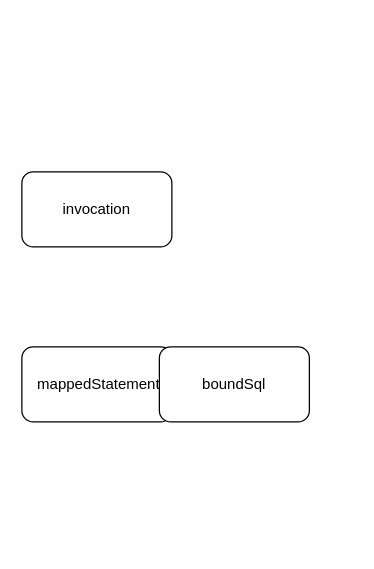
Asamiyaa/microservice-k8s-yun keeps this draw.io diagram as menus/mybatis.drawio. Above is the earlier version. Source tidied: cells renumbered, new cells numbered last; positions are measured from the earlier drawing's top-left corner, leaving out a move shared by most shapes. Both pictures are drawn from the tidied source at 125%, with x=0, y=0 at pixel (21, 171).
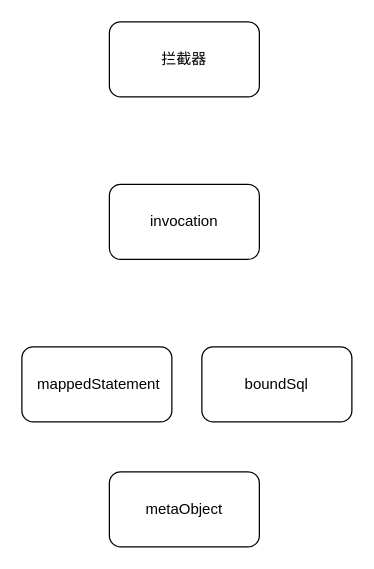
The same page after the edit.

Diff of the diagram source:
```diff
@@
 <mxGraphModel>
   <root>
     <mxCell id="0" />
     <mxCell id="1" parent="0" />
     <mxCell id="2" value="invocation" style="rounded=1;whiteSpace=wrap;html=1;" parent="1" vertex="1">
-      <mxGeometry width="120" height="60" as="geometry" />
+      <mxGeometry x="70" y="10" width="120" height="60" as="geometry" />
     </mxCell>
     <mxCell id="3" value="&amp;nbsp;mappedStatement" style="rounded=1;whiteSpace=wrap;html=1;" parent="1" vertex="1">
       <mxGeometry y="140" width="120" height="60" as="geometry" />
     </mxCell>
     <mxCell id="4" value="boundSql" style="rounded=1;whiteSpace=wrap;html=1;" parent="1" vertex="1">
-      <mxGeometry x="110" y="140" width="120" height="60" as="geometry" />
+      <mxGeometry x="144" y="140" width="120" height="60" as="geometry" />
     </mxCell>
+    <mxCell id="5" value="metaObject" style="rounded=1;whiteSpace=wrap;html=1;" parent="1" vertex="1">
+      <mxGeometry x="70" y="240" width="120" height="60" as="geometry" />
+    </mxCell>
+    <mxCell id="6" value="拦截器" style="rounded=1;whiteSpace=wrap;html=1;" parent="1" vertex="1">
+      <mxGeometry x="70" y="-120" width="120" height="60" as="geometry" />
+    </mxCell>
   </root>
 </mxGraphModel>
```
